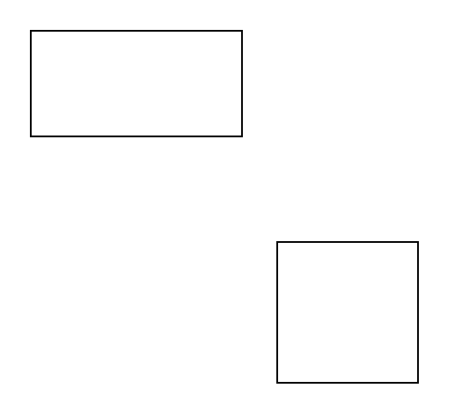
The draw.io diagram src/Untitled Diagram.drawio in meepobrother/fre, before the edit. Source tidied: cells renumbered, new cells numbered last; positions are measured from the earlier drawing's top-left corner, leaving out a move shared by most shapes. Both pictures are drawn from the tidied source at 176%, with x=0, y=0 at pixel (30, 30).
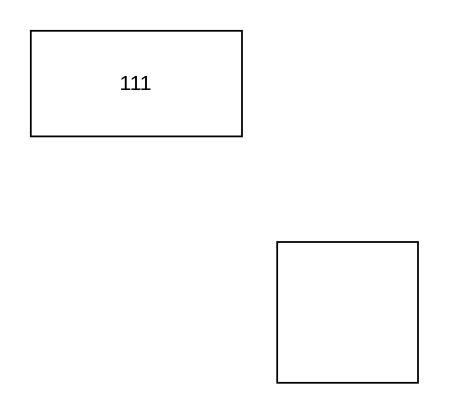
After the change.

Change to the diagram source:
```diff
@@
 <mxGraphModel>
   <root>
     <mxCell id="0" />
     <mxCell id="1" parent="0" />
-    <mxCell id="2" style="rounded=0;whiteSpace=wrap;html=1;" parent="1" vertex="1">
+    <mxCell id="2" value="111" style="rounded=0;whiteSpace=wrap;html=1;" parent="1" vertex="1">
       <mxGeometry width="120" height="60" as="geometry" />
     </mxCell>
     <mxCell id="3" style="whiteSpace=wrap;html=1;" parent="1" vertex="1">
       <mxGeometry x="140" y="120" width="80" height="80" as="geometry" />
     </mxCell>
   </root>
 </mxGraphModel>
```
